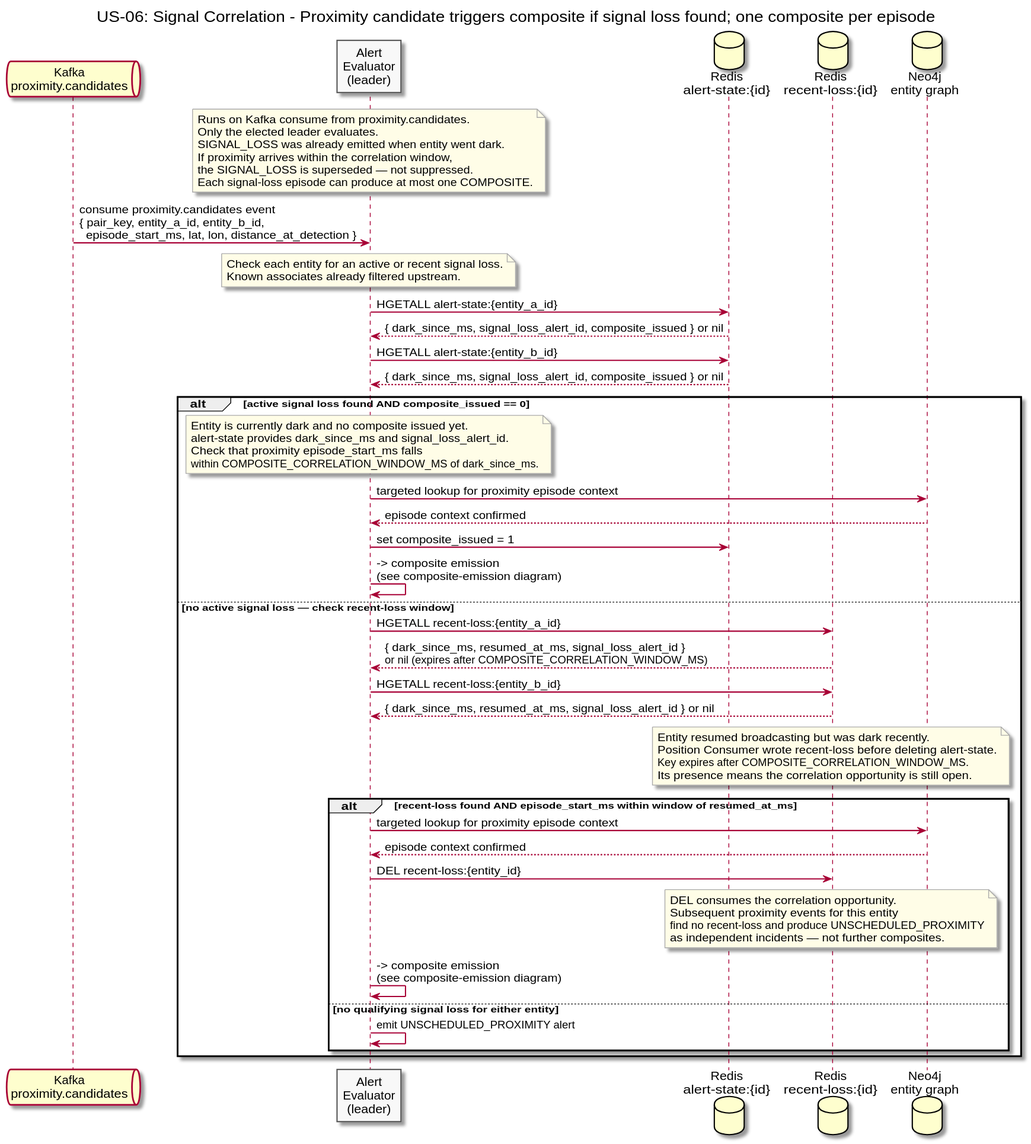
The PlantUML diagram diagrams/docs/use-cases/US-06-composite-alert/signal-correlation.svg in Buffden/sentinel, before a commit.
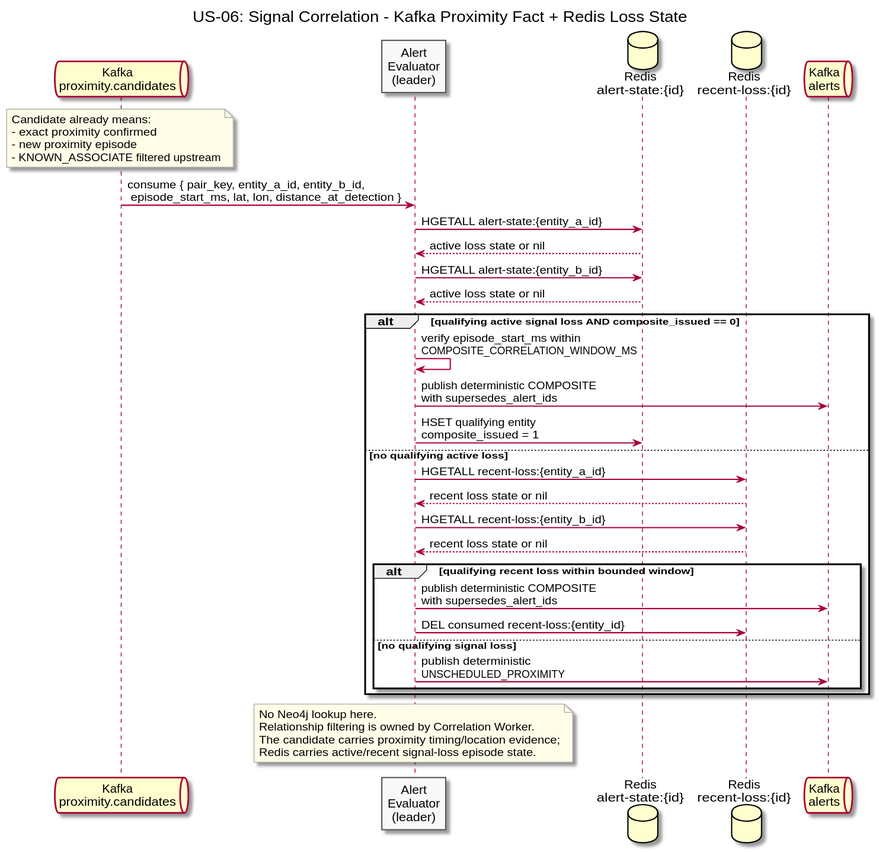
Above is the later version.

Change to the diagram source:
```diff
@@ -1,5 +1,5 @@
 @startuml signal-correlation
-title US-06: Signal Correlation - Proximity candidate triggers composite if signal loss found; one composite per episode
+title US-06: Signal Correlation - Kafka Proximity Fact + Redis Loss State
 
 skinparam sequenceArrowThickness 1.5
 skinparam participantBorderColor #555555
@@ -11,76 +11,45 @@
 participant "Alert\nEvaluator\n(leader)" as Evaluator
 database "Redis\nalert-state:{id}" as AlertState
 database "Redis\nrecent-loss:{id}" as RecentLoss
-database "Neo4j\nentity graph" as Neo4j
+queue "Kafka\nalerts" as Alerts
 
-note over Evaluator
-  Runs on Kafka consume from proximity.candidates.
-  Only the elected leader evaluates.
-  SIGNAL_LOSS was already emitted when entity went dark.
-  If proximity arrives within the correlation window,
-  the SIGNAL_LOSS is superseded — not suppressed.
-  Each signal-loss episode can produce at most one COMPOSITE.
+note over ProxKafka
+  Candidate already means:
+  - exact proximity confirmed
+  - new proximity episode
+  - KNOWN_ASSOCIATE filtered upstream
 end note
 
-ProxKafka -> Evaluator : consume proximity.candidates event\n{ pair_key, entity_a_id, entity_b_id,\n  episode_start_ms, lat, lon, distance_at_detection }
-
-note over Evaluator
-  Check each entity for an active or recent signal loss.
-  Known associates already filtered upstream.
-end note
+ProxKafka -> Evaluator : consume { pair_key, entity_a_id, entity_b_id,\n episode_start_ms, lat, lon, distance_at_detection }
 
 Evaluator -> AlertState : HGETALL alert-state:{entity_a_id}
-AlertState --> Evaluator : { dark_since_ms, signal_loss_alert_id, composite_issued } or nil
+AlertState --> Evaluator : active loss state or nil
+Evaluator -> AlertState : HGETALL alert-state:{entity_b_id}
+AlertState --> Evaluator : active loss state or nil
 
-Evaluator -> AlertState : HGETALL alert-state:{entity_b_id}
-AlertState --> Evaluator : { dark_since_ms, signal_loss_alert_id, composite_issued } or nil
+alt qualifying active signal loss AND composite_issued == 0
+  Evaluator -> Evaluator : verify episode_start_ms within\nCOMPOSITE_CORRELATION_WINDOW_MS
+  Evaluator -> Alerts : publish deterministic COMPOSITE\nwith supersedes_alert_ids
+  Evaluator -> AlertState : HSET qualifying entity\ncomposite_issued = 1
+else no qualifying active loss
+  Evaluator -> RecentLoss : HGETALL recent-loss:{entity_a_id}
+  RecentLoss --> Evaluator : recent loss state or nil
+  Evaluator -> RecentLoss : HGETALL recent-loss:{entity_b_id}
+  RecentLoss --> Evaluator : recent loss state or nil
 
-alt active signal loss found AND composite_issued == 0
-  note over Evaluator
-    Entity is currently dark and no composite issued yet.
-    alert-state provides dark_since_ms and signal_loss_alert_id.
-    Check that proximity episode_start_ms falls
-    within COMPOSITE_CORRELATION_WINDOW_MS of dark_since_ms.
-  end note
-
-  Evaluator -> Neo4j : targeted lookup for proximity episode context
-  Neo4j --> Evaluator : episode context confirmed
-
-  Evaluator -> AlertState : set composite_issued = 1
-  Evaluator -> Evaluator : -> composite emission\n(see composite-emission diagram)
-
-else no active signal loss — check recent-loss window
-  Evaluator -> RecentLoss : HGETALL recent-loss:{entity_a_id}
-  RecentLoss --> Evaluator : { dark_since_ms, resumed_at_ms, signal_loss_alert_id }\nor nil (expires after COMPOSITE_CORRELATION_WINDOW_MS)
-
-  Evaluator -> RecentLoss : HGETALL recent-loss:{entity_b_id}
-  RecentLoss --> Evaluator : { dark_since_ms, resumed_at_ms, signal_loss_alert_id } or nil
-
-  note over RecentLoss
-    Entity resumed broadcasting but was dark recently.
-    Position Consumer wrote recent-loss before deleting alert-state.
-    Key expires after COMPOSITE_CORRELATION_WINDOW_MS.
-    Its presence means the correlation opportunity is still open.
-  end note
-
-  alt recent-loss found AND episode_start_ms within window of resumed_at_ms
-    Evaluator -> Neo4j : targeted lookup for proximity episode context
-    Neo4j --> Evaluator : episode context confirmed
-
-    Evaluator -> RecentLoss : DEL recent-loss:{entity_id}
-
-    note over RecentLoss
-      DEL consumes the correlation opportunity.
-      Subsequent proximity events for this entity
-      find no recent-loss and produce UNSCHEDULED_PROXIMITY
-      as independent incidents — not further composites.
-    end note
-
-    Evaluator -> Evaluator : -> composite emission\n(see composite-emission diagram)
-
-  else no qualifying signal loss for either entity
-    Evaluator -> Evaluator : emit UNSCHEDULED_PROXIMITY alert
+  alt qualifying recent loss within bounded window
+    Evaluator -> Alerts : publish deterministic COMPOSITE\nwith supersedes_alert_ids
+    Evaluator -> RecentLoss : DEL consumed recent-loss:{entity_id}
+  else no qualifying signal loss
+    Evaluator -> Alerts : publish deterministic\nUNSCHEDULED_PROXIMITY
   end
 end
 
+note over Evaluator
+  No Neo4j lookup here.
+  Relationship filtering is owned by Correlation Worker.
+  The candidate carries proximity timing/location evidence;
+  Redis carries active/recent signal-loss episode state.
+end note
+
 @enduml
```
